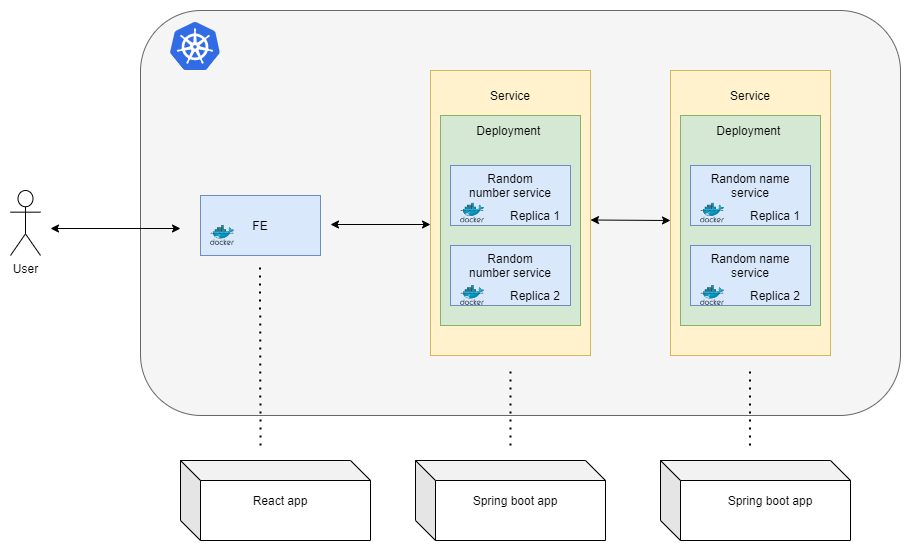
Earlier version of the draw.io export structure.png (kulyndar/openk8s-test). Source tidied: cells renumbered, new cells last; positions are measured from the earlier drawing's top-left corner, leaving out a move shared by most shapes. The source it was exported from:
```xml
<mxGraphModel>
  <root>
    <mxCell id="0" />
    <mxCell id="1" parent="0" />
    <mxCell id="2" style="rounded=1;whiteSpace=wrap;html=1;fillColor=#f5f5f5;strokeColor=#666666;fontColor=#333333;" parent="1" vertex="1">
      <mxGeometry x="130" width="760" height="405" as="geometry" />
    </mxCell>
    <mxCell id="3" style="rounded=0;whiteSpace=wrap;html=1;fillColor=#fff2cc;strokeColor=#d6b656;" parent="1" vertex="1">
      <mxGeometry x="660" y="60" width="160" height="285" as="geometry" />
    </mxCell>
    <mxCell id="4" value="Service" style="text;html=1;strokeColor=none;fillColor=none;align=center;verticalAlign=middle;whiteSpace=wrap;rounded=0;" parent="1" vertex="1">
      <mxGeometry x="720" y="75" width="40" height="20" as="geometry" />
    </mxCell>
    <mxCell id="5" style="rounded=0;whiteSpace=wrap;html=1;fillColor=#fff2cc;strokeColor=#d6b656;" parent="1" vertex="1">
      <mxGeometry x="420" y="60" width="160" height="285" as="geometry" />
    </mxCell>
    <mxCell id="6" style="rounded=0;whiteSpace=wrap;html=1;fillColor=#d5e8d4;strokeColor=#82b366;" parent="1" vertex="1">
      <mxGeometry x="670" y="105" width="140" height="210" as="geometry" />
    </mxCell>
    <mxCell id="7" value="Deployment&amp;nbsp;" style="text;html=1;strokeColor=none;fillColor=none;align=center;verticalAlign=middle;whiteSpace=wrap;rounded=0;" parent="1" vertex="1">
      <mxGeometry x="720" y="110" width="40" height="20" as="geometry" />
    </mxCell>
    <mxCell id="8" style="rounded=0;whiteSpace=wrap;html=1;fillColor=#d5e8d4;strokeColor=#82b366;" parent="1" vertex="1">
      <mxGeometry x="430" y="105" width="140" height="210" as="geometry" />
    </mxCell>
    <mxCell id="9" value="User" style="shape=umlActor;verticalLabelPosition=bottom;verticalAlign=top;html=1;" parent="1" vertex="1">
      <mxGeometry y="180" width="30" height="65" as="geometry" />
    </mxCell>
    <mxCell id="10" style="rounded=0;whiteSpace=wrap;html=1;fillColor=#dae8fc;strokeColor=#6c8ebf;" parent="1" vertex="1">
      <mxGeometry x="190" y="185" width="120" height="60" as="geometry" />
    </mxCell>
    <mxCell id="11" value="FE" style="text;html=1;strokeColor=none;fillColor=none;align=center;verticalAlign=middle;whiteSpace=wrap;rounded=0;" parent="1" vertex="1">
      <mxGeometry x="230" y="205" width="40" height="20" as="geometry" />
    </mxCell>
    <mxCell id="12" style="rounded=0;whiteSpace=wrap;html=1;fillColor=#dae8fc;strokeColor=#6c8ebf;" parent="1" vertex="1">
      <mxGeometry x="440" y="155" width="120" height="60" as="geometry" />
    </mxCell>
    <mxCell id="13" style="rounded=0;whiteSpace=wrap;html=1;fillColor=#dae8fc;strokeColor=#6c8ebf;" parent="1" vertex="1">
      <mxGeometry x="440" y="235" width="120" height="60" as="geometry" />
    </mxCell>
    <mxCell id="14" value="Random number service" style="text;html=1;strokeColor=none;fillColor=none;align=center;verticalAlign=middle;whiteSpace=wrap;rounded=0;" parent="1" vertex="1">
      <mxGeometry x="455" y="165" width="90" height="20" as="geometry" />
    </mxCell>
    <mxCell id="15" value="Random number service" style="text;html=1;strokeColor=none;fillColor=none;align=center;verticalAlign=middle;whiteSpace=wrap;rounded=0;" parent="1" vertex="1">
      <mxGeometry x="455" y="245" width="90" height="20" as="geometry" />
    </mxCell>
    <mxCell id="16" value="Replica 1" style="text;html=1;strokeColor=none;fillColor=none;align=center;verticalAlign=middle;whiteSpace=wrap;rounded=0;" parent="1" vertex="1">
      <mxGeometry x="480" y="195" width="90" height="20" as="geometry" />
    </mxCell>
    <mxCell id="17" value="Replica 2" style="text;html=1;strokeColor=none;fillColor=none;align=center;verticalAlign=middle;whiteSpace=wrap;rounded=0;" parent="1" vertex="1">
      <mxGeometry x="480" y="275" width="90" height="20" as="geometry" />
    </mxCell>
    <mxCell id="18" style="rounded=0;whiteSpace=wrap;html=1;fillColor=#dae8fc;strokeColor=#6c8ebf;" parent="1" vertex="1">
      <mxGeometry x="680" y="155" width="120" height="60" as="geometry" />
    </mxCell>
    <mxCell id="19" style="rounded=0;whiteSpace=wrap;html=1;fillColor=#dae8fc;strokeColor=#6c8ebf;" parent="1" vertex="1">
      <mxGeometry x="680" y="235" width="120" height="60" as="geometry" />
    </mxCell>
    <mxCell id="20" value="Random name service" style="text;html=1;strokeColor=none;fillColor=none;align=center;verticalAlign=middle;whiteSpace=wrap;rounded=0;" parent="1" vertex="1">
      <mxGeometry x="695" y="165" width="90" height="20" as="geometry" />
    </mxCell>
    <mxCell id="21" value="Random name service" style="text;html=1;strokeColor=none;fillColor=none;align=center;verticalAlign=middle;whiteSpace=wrap;rounded=0;" parent="1" vertex="1">
      <mxGeometry x="695" y="245" width="90" height="20" as="geometry" />
    </mxCell>
    <mxCell id="22" value="Replica 1" style="text;html=1;strokeColor=none;fillColor=none;align=center;verticalAlign=middle;whiteSpace=wrap;rounded=0;" parent="1" vertex="1">
      <mxGeometry x="720" y="195" width="90" height="20" as="geometry" />
    </mxCell>
    <mxCell id="23" value="Replica 2" style="text;html=1;strokeColor=none;fillColor=none;align=center;verticalAlign=middle;whiteSpace=wrap;rounded=0;" parent="1" vertex="1">
      <mxGeometry x="720" y="275" width="90" height="20" as="geometry" />
    </mxCell>
    <mxCell id="24" value="Deployment&amp;nbsp;" style="text;html=1;strokeColor=none;fillColor=none;align=center;verticalAlign=middle;whiteSpace=wrap;rounded=0;" parent="1" vertex="1">
      <mxGeometry x="480" y="110" width="40" height="20" as="geometry" />
    </mxCell>
    <mxCell id="25" value="Service" style="text;html=1;strokeColor=none;fillColor=none;align=center;verticalAlign=middle;whiteSpace=wrap;rounded=0;" parent="1" vertex="1">
      <mxGeometry x="480" y="75" width="40" height="20" as="geometry" />
    </mxCell>
    <mxCell id="26" style="endArrow=classic;startArrow=classic;html=1;" parent="1" edge="1">
      <mxGeometry relative="1" as="geometry">
        <mxPoint x="40" y="218" as="sourcePoint" />
        <mxPoint x="170" y="218" as="targetPoint" />
      </mxGeometry>
    </mxCell>
    <mxCell id="27" style="endArrow=classic;startArrow=classic;html=1;" parent="1" edge="1">
      <mxGeometry relative="1" as="geometry">
        <mxPoint x="320" y="214" as="sourcePoint" />
        <mxPoint x="420" y="214" as="targetPoint" />
      </mxGeometry>
    </mxCell>
    <mxCell id="28" style="endArrow=classic;startArrow=classic;html=1;" parent="1" edge="1">
      <mxGeometry relative="1" as="geometry">
        <mxPoint x="580" y="209.5" as="sourcePoint" />
        <mxPoint x="660" y="210" as="targetPoint" />
      </mxGeometry>
    </mxCell>
    <mxCell id="29" style="html=1;align=center;image;fontSize=12;image=img/lib/mscae/Docker.svg;" parent="1" vertex="1">
      <mxGeometry x="200" y="215" width="24.4" height="20" as="geometry" />
    </mxCell>
    <mxCell id="30" style="html=1;align=center;image;fontSize=12;image=img/lib/mscae/Docker.svg;" parent="1" vertex="1">
      <mxGeometry x="450" y="192.5" width="24.4" height="20" as="geometry" />
    </mxCell>
    <mxCell id="31" style="html=1;align=center;image;fontSize=12;image=img/lib/mscae/Docker.svg;" parent="1" vertex="1">
      <mxGeometry x="450" y="275" width="24.4" height="20" as="geometry" />
    </mxCell>
    <mxCell id="32" style="html=1;align=center;image;fontSize=12;image=img/lib/mscae/Docker.svg;" parent="1" vertex="1">
      <mxGeometry x="690" y="192.5" width="24.4" height="20" as="geometry" />
    </mxCell>
    <mxCell id="33" style="html=1;align=center;image;fontSize=12;image=img/lib/mscae/Docker.svg;" parent="1" vertex="1">
      <mxGeometry x="690" y="275" width="24.4" height="20" as="geometry" />
    </mxCell>
    <mxCell id="34" style="endArrow=none;dashed=1;html=1;dashPattern=1 3;strokeWidth=2;" parent="1" edge="1">
      <mxGeometry relative="1" as="geometry">
        <mxPoint x="500" y="435" as="sourcePoint" />
        <mxPoint x="500" y="355" as="targetPoint" />
      </mxGeometry>
    </mxCell>
    <mxCell id="35" style="endArrow=none;dashed=1;html=1;dashPattern=1 3;strokeWidth=2;" parent="1" edge="1">
      <mxGeometry relative="1" as="geometry">
        <mxPoint x="739.5" y="435" as="sourcePoint" />
        <mxPoint x="739.5" y="355" as="targetPoint" />
      </mxGeometry>
    </mxCell>
    <mxCell id="36" style="endArrow=none;dashed=1;html=1;dashPattern=1 3;strokeWidth=2;" parent="1" edge="1">
      <mxGeometry relative="1" as="geometry">
        <mxPoint x="250" y="435" as="sourcePoint" />
        <mxPoint x="249.5" y="255" as="targetPoint" />
      </mxGeometry>
    </mxCell>
    <mxCell id="37" style="shape=cube;whiteSpace=wrap;html=1;boundedLbl=1;backgroundOutline=1;darkOpacity=0.05;darkOpacity2=0.1;" parent="1" vertex="1">
      <mxGeometry x="170" y="450" width="190" height="80" as="geometry" />
    </mxCell>
    <mxCell id="38" value="React app" style="text;html=1;strokeColor=none;fillColor=none;align=center;verticalAlign=middle;whiteSpace=wrap;rounded=0;" parent="1" vertex="1">
      <mxGeometry x="210" y="480" width="120" height="20" as="geometry" />
    </mxCell>
    <mxCell id="39" style="shape=cube;whiteSpace=wrap;html=1;boundedLbl=1;backgroundOutline=1;darkOpacity=0.05;darkOpacity2=0.1;" parent="1" vertex="1">
      <mxGeometry x="405" y="450" width="190" height="80" as="geometry" />
    </mxCell>
    <mxCell id="40" style="shape=cube;whiteSpace=wrap;html=1;boundedLbl=1;backgroundOutline=1;darkOpacity=0.05;darkOpacity2=0.1;" parent="1" vertex="1">
      <mxGeometry x="650" y="450" width="190" height="80" as="geometry" />
    </mxCell>
    <mxCell id="41" value="Spring boot app" style="text;html=1;strokeColor=none;fillColor=none;align=center;verticalAlign=middle;whiteSpace=wrap;rounded=0;" parent="1" vertex="1">
      <mxGeometry x="700" y="475" width="120" height="30" as="geometry" />
    </mxCell>
    <mxCell id="42" value="Spring boot app" style="text;html=1;strokeColor=none;fillColor=none;align=center;verticalAlign=middle;whiteSpace=wrap;rounded=0;" parent="1" vertex="1">
      <mxGeometry x="445" y="480" width="120" height="20" as="geometry" />
    </mxCell>
    <mxCell id="43" style="html=1;align=center;image;fontSize=12;image=img/lib/mscae/Kubernetes.svg;" parent="1" vertex="1">
      <mxGeometry x="160" y="12" width="50" height="48" as="geometry" />
    </mxCell>
  </root>
</mxGraphModel>
```
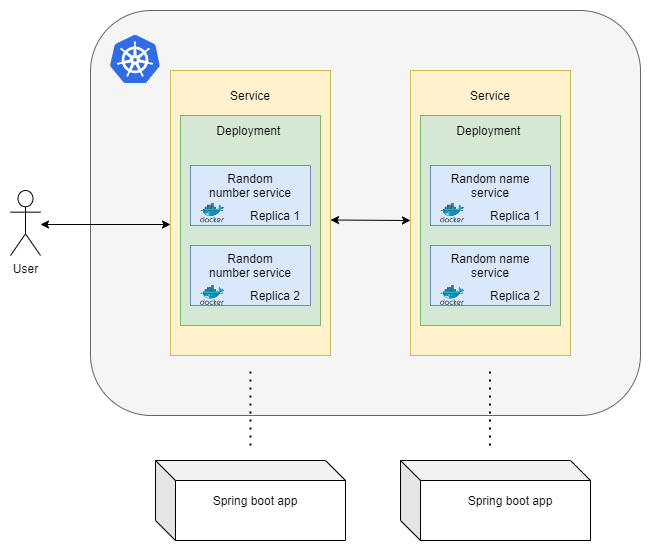
Later version of the same file.

The edit, as a diff of the source:
```diff
@@ -3,7 +3,7 @@
     <mxCell id="0" />
     <mxCell id="1" parent="0" />
     <mxCell id="2" style="rounded=1;whiteSpace=wrap;html=1;fillColor=#f5f5f5;strokeColor=#666666;fontColor=#333333;" parent="1" vertex="1">
-      <mxGeometry x="130" width="760" height="405" as="geometry" />
+      <mxGeometry x="340" width="550" height="405" as="geometry" />
     </mxCell>
     <mxCell id="3" style="rounded=0;whiteSpace=wrap;html=1;fillColor=#fff2cc;strokeColor=#d6b656;" parent="1" vertex="1">
       <mxGeometry x="660" y="60" width="160" height="285" as="geometry" />
@@ -24,14 +24,8 @@
       <mxGeometry x="430" y="105" width="140" height="210" as="geometry" />
     </mxCell>
     <mxCell id="9" value="User" style="shape=umlActor;verticalLabelPosition=bottom;verticalAlign=top;html=1;" parent="1" vertex="1">
-      <mxGeometry y="180" width="30" height="65" as="geometry" />
+      <mxGeometry x="260" y="180" width="30" height="65" as="geometry" />
     </mxCell>
-    <mxCell id="10" style="rounded=0;whiteSpace=wrap;html=1;fillColor=#dae8fc;strokeColor=#6c8ebf;" parent="1" vertex="1">
-      <mxGeometry x="190" y="185" width="120" height="60" as="geometry" />
-    </mxCell>
-    <mxCell id="11" value="FE" style="text;html=1;strokeColor=none;fillColor=none;align=center;verticalAlign=middle;whiteSpace=wrap;rounded=0;" parent="1" vertex="1">
-      <mxGeometry x="230" y="205" width="40" height="20" as="geometry" />
-    </mxCell>
     <mxCell id="12" style="rounded=0;whiteSpace=wrap;html=1;fillColor=#dae8fc;strokeColor=#6c8ebf;" parent="1" vertex="1">
       <mxGeometry x="440" y="155" width="120" height="60" as="geometry" />
     </mxCell>
@@ -74,15 +68,9 @@
     <mxCell id="25" value="Service" style="text;html=1;strokeColor=none;fillColor=none;align=center;verticalAlign=middle;whiteSpace=wrap;rounded=0;" parent="1" vertex="1">
       <mxGeometry x="480" y="75" width="40" height="20" as="geometry" />
     </mxCell>
-    <mxCell id="26" style="endArrow=classic;startArrow=classic;html=1;" parent="1" edge="1">
-      <mxGeometry relative="1" as="geometry">
-        <mxPoint x="40" y="218" as="sourcePoint" />
-        <mxPoint x="170" y="218" as="targetPoint" />
-      </mxGeometry>
-    </mxCell>
     <mxCell id="27" style="endArrow=classic;startArrow=classic;html=1;" parent="1" edge="1">
       <mxGeometry relative="1" as="geometry">
-        <mxPoint x="320" y="214" as="sourcePoint" />
+        <mxPoint x="290" y="214" as="sourcePoint" />
         <mxPoint x="420" y="214" as="targetPoint" />
       </mxGeometry>
     </mxCell>
@@ -92,9 +80,6 @@
         <mxPoint x="660" y="210" as="targetPoint" />
       </mxGeometry>
     </mxCell>
-    <mxCell id="29" style="html=1;align=center;image;fontSize=12;image=img/lib/mscae/Docker.svg;" parent="1" vertex="1">
-      <mxGeometry x="200" y="215" width="24.4" height="20" as="geometry" />
-    </mxCell>
     <mxCell id="30" style="html=1;align=center;image;fontSize=12;image=img/lib/mscae/Docker.svg;" parent="1" vertex="1">
       <mxGeometry x="450" y="192.5" width="24.4" height="20" as="geometry" />
     </mxCell>
@@ -119,18 +104,6 @@
         <mxPoint x="739.5" y="355" as="targetPoint" />
       </mxGeometry>
     </mxCell>
-    <mxCell id="36" style="endArrow=none;dashed=1;html=1;dashPattern=1 3;strokeWidth=2;" parent="1" edge="1">
-      <mxGeometry relative="1" as="geometry">
-        <mxPoint x="250" y="435" as="sourcePoint" />
-        <mxPoint x="249.5" y="255" as="targetPoint" />
-      </mxGeometry>
-    </mxCell>
-    <mxCell id="37" style="shape=cube;whiteSpace=wrap;html=1;boundedLbl=1;backgroundOutline=1;darkOpacity=0.05;darkOpacity2=0.1;" parent="1" vertex="1">
-      <mxGeometry x="170" y="450" width="190" height="80" as="geometry" />
-    </mxCell>
-    <mxCell id="38" value="React app" style="text;html=1;strokeColor=none;fillColor=none;align=center;verticalAlign=middle;whiteSpace=wrap;rounded=0;" parent="1" vertex="1">
-      <mxGeometry x="210" y="480" width="120" height="20" as="geometry" />
-    </mxCell>
     <mxCell id="39" style="shape=cube;whiteSpace=wrap;html=1;boundedLbl=1;backgroundOutline=1;darkOpacity=0.05;darkOpacity2=0.1;" parent="1" vertex="1">
       <mxGeometry x="405" y="450" width="190" height="80" as="geometry" />
     </mxCell>
@@ -144,7 +117,7 @@
       <mxGeometry x="445" y="480" width="120" height="20" as="geometry" />
     </mxCell>
     <mxCell id="43" style="html=1;align=center;image;fontSize=12;image=img/lib/mscae/Kubernetes.svg;" parent="1" vertex="1">
-      <mxGeometry x="160" y="12" width="50" height="48" as="geometry" />
+      <mxGeometry x="360" y="25" width="50" height="48" as="geometry" />
     </mxCell>
   </root>
 </mxGraphModel>
```
